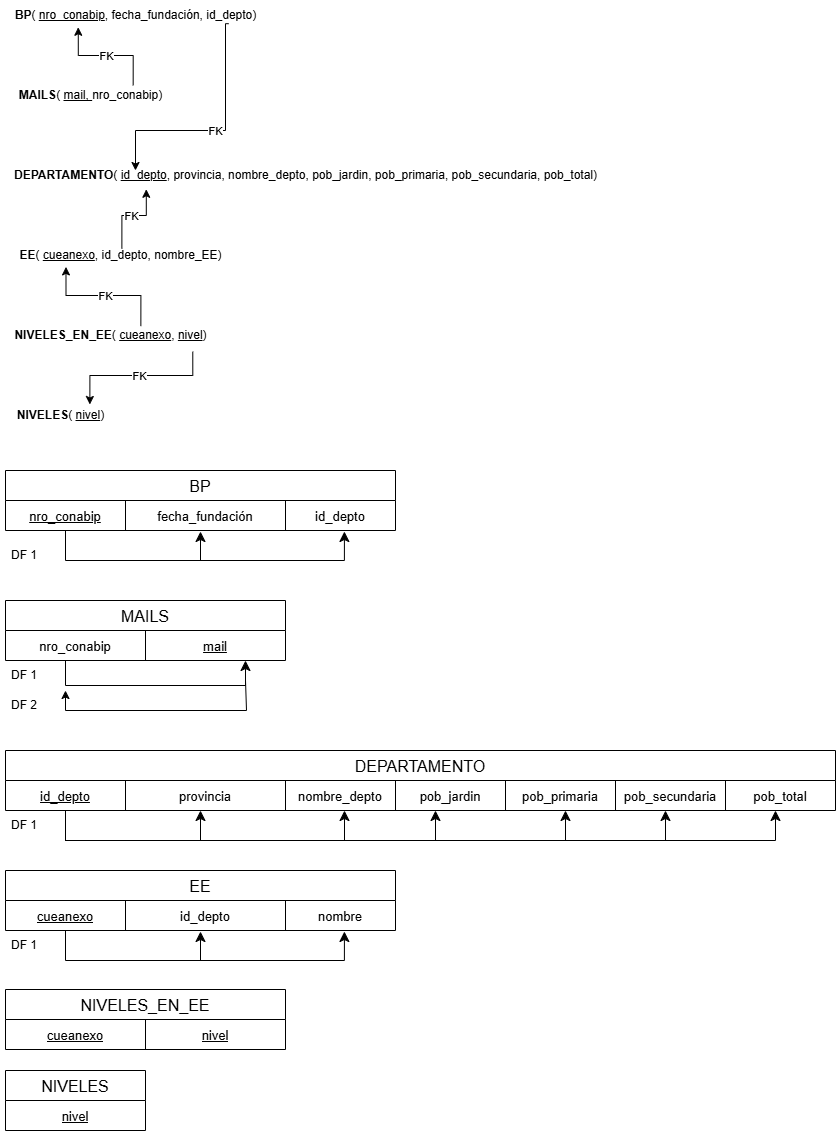
Above: MODELO_REL_FINAL_CON_DF.png in alessialima/TP-LABO-DE-DATOS- (draw.io), before the change. Source tidied: cells renumbered, new cells last; positions are measured from the earlier drawing's top-left corner, leaving out a move shared by most shapes.
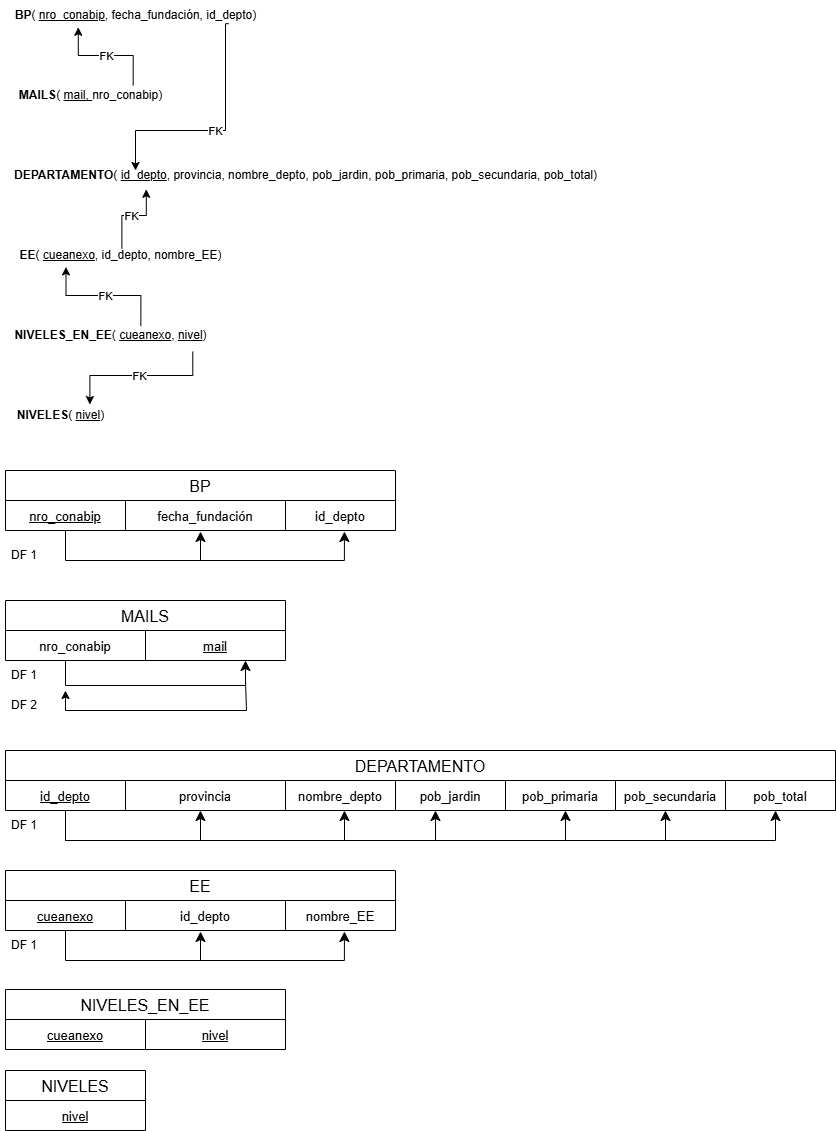
Later version of the same file.

Diff of the diagram source:
```diff
@@ -164,7 +164,7 @@
     <mxCell id="44" value="&lt;font style=&quot;font-size: 13px;&quot;&gt;id_depto&lt;/font&gt;" style="shape=partialRectangle;html=1;whiteSpace=wrap;overflow=hidden;fillColor=none;top=0;left=0;bottom=0;right=0;fontSize=16;labelBackgroundColor=none;swimlaneLine=1;strokeColor=light-dark(#000000, #ffffff);fontColor=light-dark(#000000, #ffffff);labelBorderColor=none;textShadow=0;" parent="42" vertex="1">
       <mxGeometry x="120" width="160" height="30" as="geometry" />
     </mxCell>
-    <mxCell id="45" value="&lt;font style=&quot;font-size: 13px;&quot;&gt;nombre&lt;/font&gt;" style="shape=partialRectangle;html=1;whiteSpace=wrap;overflow=hidden;fillColor=none;top=0;left=0;bottom=0;right=0;fontSize=16;labelBackgroundColor=none;swimlaneLine=1;strokeColor=light-dark(#000000, #ffffff);fontColor=light-dark(#000000, #ffffff);labelBorderColor=none;textShadow=0;" parent="42" vertex="1">
+    <mxCell id="45" value="&lt;font style=&quot;font-size: 13px;&quot;&gt;nombre_EE&lt;/font&gt;" style="shape=partialRectangle;html=1;whiteSpace=wrap;overflow=hidden;fillColor=none;top=0;left=0;bottom=0;right=0;fontSize=16;labelBackgroundColor=none;swimlaneLine=1;strokeColor=light-dark(#000000, #ffffff);fontColor=light-dark(#000000, #ffffff);labelBorderColor=none;textShadow=0;" parent="42" vertex="1">
       <mxGeometry x="280" width="110" height="30" as="geometry" />
     </mxCell>
     <mxCell id="46" style="edgeStyle=segmentEdgeStyle;endArrow=classic;html=1;curved=0;rounded=0;endSize=8;startSize=8;entryX=0.869;entryY=1.033;entryDx=0;entryDy=0;entryPerimeter=0;fontColor=light-dark(#000000, #ffffff);labelBackgroundColor=none;swimlaneLine=1;fillColor=none;strokeColor=light-dark(#000000, #ffffff);labelBorderColor=none;textShadow=0;" parent="41" edge="1" source="42" target="42">
```
